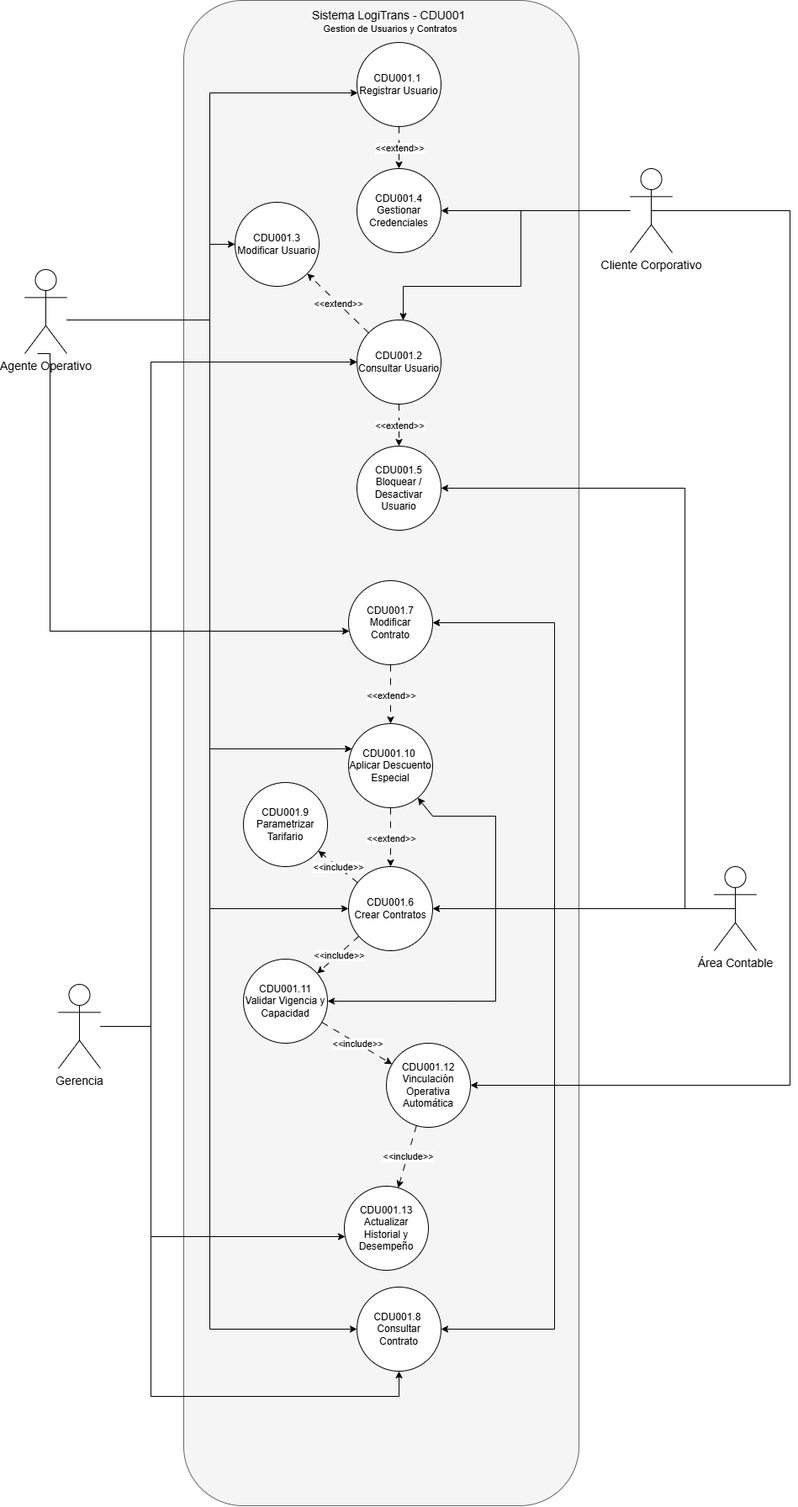
Earlier version of the draw.io export FASE 2/Documentation/images/CDU1/casos expandidos cdu1.drawio.png (Ggi0/AYD2_B_2S2025_BAJOAGUA_G13). Source tidied: cells renumbered, new cells last; positions are measured from the earlier drawing's top-left corner, leaving out a move shared by most shapes.
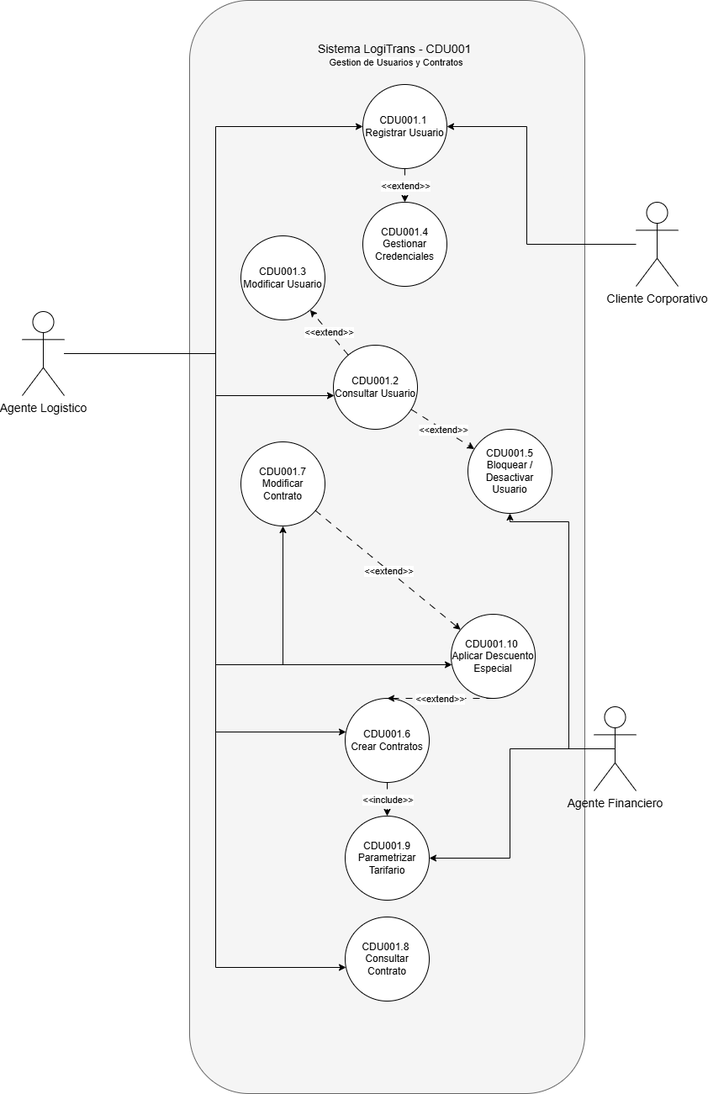
The same file after the commit.

Change to the diagram source:
```diff
@@ -3,16 +3,16 @@
     <mxCell id="0" />
     <mxCell id="1" parent="0" />
     <mxCell id="2" style="rounded=1;whiteSpace=wrap;html=1;fillColor=#f5f5f5;fontColor=#333333;strokeColor=#666666;" parent="1" vertex="1">
-      <mxGeometry x="189" width="470" height="1790" as="geometry" />
+      <mxGeometry x="189" y="-40" width="470" height="1300" as="geometry" />
     </mxCell>
     <mxCell id="3" value="&lt;font style=&quot;font-size: 14px;&quot;&gt;Sistema LogiTrans - CDU001&amp;nbsp;&lt;/font&gt;&lt;div&gt;&lt;span style=&quot;font-size: 11px; background-color: light-dark(rgb(255, 255, 255), rgb(18, 18, 18)); font-family: &amp;quot;Helvetica Neue&amp;quot;, Helvetica, &amp;quot;Segoe UI&amp;quot;, Arial, freesans, sans-serif; text-align: start; color: light-dark(rgb(0, 0, 0), rgb(255, 255, 255));&quot;&gt;Gestion de Usuarios y Contratos&lt;/span&gt;&lt;/div&gt;" style="text;html=1;whiteSpace=wrap;strokeColor=none;fillColor=none;align=center;verticalAlign=middle;rounded=0;" parent="1" vertex="1">
       <mxGeometry x="335" y="10" width="200" height="30" as="geometry" />
     </mxCell>
     <mxCell id="4" value="CDU001.1&amp;nbsp;&lt;div&gt;Registrar Usuario&lt;/div&gt;" style="ellipse;whiteSpace=wrap;html=1;" parent="1" vertex="1">
-      <mxGeometry x="395" y="50" width="100" height="100" as="geometry" />
+      <mxGeometry x="395" y="60" width="100" height="100" as="geometry" />
     </mxCell>
     <mxCell id="5" value="CDU001.2&lt;div&gt;Consultar Usuario&lt;/div&gt;" style="ellipse;whiteSpace=wrap;html=1;" parent="1" vertex="1">
-      <mxGeometry x="395" y="380" width="100" height="100" as="geometry" />
+      <mxGeometry x="360" y="370" width="100" height="100" as="geometry" />
     </mxCell>
     <mxCell id="6" value="CDU001.3&lt;div&gt;Modificar Usuario&lt;/div&gt;" style="ellipse;whiteSpace=wrap;html=1;" parent="1" vertex="1">
       <mxGeometry x="250" y="240" width="100" height="100" as="geometry" />
@@ -21,40 +21,23 @@
       <mxGeometry x="395" y="200" width="100" height="100" as="geometry" />
     </mxCell>
     <mxCell id="8" value="CDU001.5&lt;div&gt;Bloquear /&lt;/div&gt;&lt;div&gt;Desactivar Usuario&lt;/div&gt;" style="ellipse;whiteSpace=wrap;html=1;" parent="1" vertex="1">
-      <mxGeometry x="395" y="530" width="100" height="100" as="geometry" />
+      <mxGeometry x="520" y="470" width="100" height="100" as="geometry" />
     </mxCell>
     <mxCell id="9" value="CDU001.6&lt;br&gt;&lt;div&gt;Crear Contratos&lt;/div&gt;" style="ellipse;whiteSpace=wrap;html=1;" parent="1" vertex="1">
-      <mxGeometry x="385" y="1030" width="100" height="100" as="geometry" />
+      <mxGeometry x="374" y="790" width="100" height="100" as="geometry" />
     </mxCell>
     <mxCell id="10" value="CDU001.7&lt;div&gt;Modificar Contrato&lt;/div&gt;" style="ellipse;whiteSpace=wrap;html=1;" parent="1" vertex="1">
-      <mxGeometry x="385" y="690" width="100" height="100" as="geometry" />
+      <mxGeometry x="250" y="485" width="100" height="100" as="geometry" />
     </mxCell>
     <mxCell id="11" value="CDU001.8&amp;nbsp;&lt;div&gt;Consultar Contrato&lt;/div&gt;" style="ellipse;whiteSpace=wrap;html=1;" parent="1" vertex="1">
-      <mxGeometry x="395" y="1530" width="100" height="100" as="geometry" />
+      <mxGeometry x="374" y="1050" width="100" height="100" as="geometry" />
     </mxCell>
     <mxCell id="12" value="CDU001.9&lt;div&gt;Parametrizar Tarifario&lt;/div&gt;" style="ellipse;whiteSpace=wrap;html=1;" parent="1" vertex="1">
-      <mxGeometry x="260" y="930" width="100" height="100" as="geometry" />
+      <mxGeometry x="374" y="930" width="100" height="100" as="geometry" />
     </mxCell>
     <mxCell id="13" value="CDU001.10&amp;nbsp;&lt;br&gt;&lt;div&gt;Aplicar Descuento&lt;/div&gt;&lt;div&gt;Especial&lt;/div&gt;" style="ellipse;whiteSpace=wrap;html=1;" parent="1" vertex="1">
-      <mxGeometry x="385" y="860" width="100" height="100" as="geometry" />
+      <mxGeometry x="500" y="690" width="100" height="100" as="geometry" />
     </mxCell>
-    <mxCell id="14" value="CDU001.11&lt;br&gt;&lt;div&gt;Validar Vigencia y Capacidad&lt;/div&gt;" style="ellipse;whiteSpace=wrap;html=1;" parent="1" vertex="1">
-      <mxGeometry x="260" y="1140" width="100" height="100" as="geometry" />
-    </mxCell>
-    <mxCell id="15" value="CDU001.12&lt;div&gt;Vinculación Operativa&lt;/div&gt;&lt;div&gt;Automática&lt;/div&gt;" style="ellipse;whiteSpace=wrap;html=1;" parent="1" vertex="1">
-      <mxGeometry x="430" y="1240" width="100" height="100" as="geometry" />
-    </mxCell>
-    <mxCell id="16" value="CDU001.13&lt;br&gt;&lt;div&gt;Actualizar Historial y Desempeño&lt;/div&gt;" style="ellipse;whiteSpace=wrap;html=1;" parent="1" vertex="1">
-      <mxGeometry x="380" y="1410" width="100" height="100" as="geometry" />
-    </mxCell>
-    <mxCell id="17" style="edgeStyle=orthogonalEdgeStyle;rounded=0;jettySize=auto;html=1;" parent="1" edge="1" source="24" target="6">
-      <mxGeometry relative="1" as="geometry">
-        <Array as="points">
-          <mxPoint x="220" y="380" />
-          <mxPoint x="220" y="290" />
-        </Array>
-      </mxGeometry>
-    </mxCell>
     <mxCell id="18" style="edgeStyle=orthogonalEdgeStyle;rounded=0;jettySize=auto;html=1;" parent="1" edge="1" source="24" target="4">
       <mxGeometry relative="1" as="geometry">
         <Array as="points">
@@ -74,27 +57,25 @@
     <mxCell id="20" style="edgeStyle=orthogonalEdgeStyle;rounded=0;jettySize=auto;html=1;" parent="1" edge="1" source="24" target="10">
       <mxGeometry relative="1" as="geometry">
         <Array as="points">
-          <mxPoint x="30" y="750" />
+          <mxPoint x="220" y="380" />
+          <mxPoint x="220" y="750" />
+          <mxPoint x="300" y="750" />
         </Array>
       </mxGeometry>
     </mxCell>
-    <mxCell id="21" style="edgeStyle=orthogonalEdgeStyle;rounded=0;jettySize=auto;html=1;" parent="1" edge="1" target="11">
+    <mxCell id="21" style="edgeStyle=orthogonalEdgeStyle;rounded=0;jettySize=auto;html=1;" parent="1" edge="1" source="24" target="11">
       <mxGeometry relative="1" as="geometry">
-        <mxPoint x="15.1" y="420" as="sourcePoint" />
         <Array as="points">
-          <mxPoint x="30" y="420" />
-          <mxPoint x="30" y="750" />
-          <mxPoint x="220" y="750" />
-          <mxPoint x="220" y="1580" />
+          <mxPoint x="220" y="380" />
+          <mxPoint x="220" y="1110" />
         </Array>
       </mxGeometry>
     </mxCell>
     <mxCell id="22" style="edgeStyle=orthogonalEdgeStyle;rounded=0;jettySize=auto;html=1;" parent="1" edge="1" source="24" target="13">
       <mxGeometry relative="1" as="geometry">
         <Array as="points">
-          <mxPoint x="30" y="750" />
+          <mxPoint x="220" y="380" />
           <mxPoint x="220" y="750" />
-          <mxPoint x="220" y="890" />
         </Array>
       </mxGeometry>
     </mxCell>
@@ -102,111 +83,41 @@
       <mxGeometry relative="1" as="geometry">
         <Array as="points">
           <mxPoint x="220" y="380" />
-          <mxPoint x="220" y="1080" />
+          <mxPoint x="220" y="830" />
         </Array>
       </mxGeometry>
     </mxCell>
-    <mxCell id="24" value="&lt;font style=&quot;font-size: 14px;&quot;&gt;Agente Operativo&lt;/font&gt;" style="shape=umlActor;verticalLabelPosition=bottom;verticalAlign=top;html=1;outlineConnect=0;" parent="1" vertex="1">
-      <mxGeometry y="320" width="50" height="100" as="geometry" />
+    <mxCell id="24" value="&lt;font style=&quot;font-size: 14px;&quot;&gt;Agente Logistico&lt;/font&gt;" style="shape=umlActor;verticalLabelPosition=bottom;verticalAlign=top;html=1;outlineConnect=0;" parent="1" vertex="1">
+      <mxGeometry x="-10" y="330" width="50" height="100" as="geometry" />
     </mxCell>
-    <mxCell id="25" style="edgeStyle=orthogonalEdgeStyle;rounded=0;jettySize=auto;html=1;" parent="1" edge="1" source="28" target="5">
-      <mxGeometry relative="1" as="geometry">
-        <Array as="points">
-          <mxPoint x="150" y="1220" />
-          <mxPoint x="150" y="430" />
-        </Array>
-      </mxGeometry>
-    </mxCell>
-    <mxCell id="26" style="edgeStyle=orthogonalEdgeStyle;rounded=0;jettySize=auto;html=1;" parent="1" edge="1" source="28" target="16">
-      <mxGeometry relative="1" as="geometry">
-        <Array as="points">
-          <mxPoint x="150" y="1220" />
-          <mxPoint x="150" y="1470" />
-        </Array>
-      </mxGeometry>
-    </mxCell>
-    <mxCell id="27" style="edgeStyle=orthogonalEdgeStyle;rounded=0;jettySize=auto;html=1;" parent="1" edge="1" source="28" target="11">
-      <mxGeometry relative="1" as="geometry">
-        <Array as="points">
-          <mxPoint x="150" y="1220" />
-          <mxPoint x="150" y="1660" />
-          <mxPoint x="445" y="1660" />
-        </Array>
-      </mxGeometry>
-    </mxCell>
-    <mxCell id="28" value="&lt;font style=&quot;font-size: 14px;&quot;&gt;Gerencia&lt;/font&gt;" style="shape=umlActor;verticalLabelPosition=bottom;verticalAlign=top;html=1;outlineConnect=0;direction=east;" parent="1" vertex="1">
-      <mxGeometry x="40" y="1170" width="50" height="100" as="geometry" />
-    </mxCell>
-    <mxCell id="29" style="edgeStyle=orthogonalEdgeStyle;rounded=0;jettySize=auto;html=1;entryX=1;entryY=0.5;entryDx=0;entryDy=0;" parent="1" edge="1" source="35" target="8">
+    <mxCell id="29" style="edgeStyle=orthogonalEdgeStyle;rounded=0;jettySize=auto;html=1;" parent="1" edge="1" source="35" target="8">
       <mxGeometry relative="1" as="geometry">
         <Array as="points">
-          <mxPoint x="785" y="580" />
+          <mxPoint x="640" y="850" />
+          <mxPoint x="640" y="580" />
+          <mxPoint x="570" y="580" />
         </Array>
       </mxGeometry>
     </mxCell>
-    <mxCell id="30" style="edgeStyle=orthogonalEdgeStyle;rounded=0;jettySize=auto;html=1;" parent="1" edge="1" source="35" target="9">
-      <mxGeometry relative="1" as="geometry" />
-    </mxCell>
-    <mxCell id="31" style="edgeStyle=orthogonalEdgeStyle;rounded=0;jettySize=auto;html=1;" parent="1" edge="1" source="35" target="11">
-      <mxGeometry relative="1" as="geometry">
-        <Array as="points">
-          <mxPoint x="630" y="1080" />
-          <mxPoint x="630" y="1580" />
-        </Array>
-      </mxGeometry>
-    </mxCell>
-    <mxCell id="32" style="edgeStyle=orthogonalEdgeStyle;rounded=0;jettySize=auto;html=1;" parent="1" edge="1" source="35" target="14">
-      <mxGeometry relative="1" as="geometry">
-        <Array as="points">
-          <mxPoint x="560" y="1080" />
-          <mxPoint x="560" y="1190" />
-        </Array>
-      </mxGeometry>
-    </mxCell>
-    <mxCell id="33" style="edgeStyle=orthogonalEdgeStyle;rounded=0;jettySize=auto;html=1;exitX=0.5;exitY=0.5;exitDx=0;exitDy=0;exitPerimeter=0;" parent="1" edge="1" source="35" target="13">
+    <mxCell id="33" style="edgeStyle=orthogonalEdgeStyle;rounded=0;jettySize=auto;html=1;exitX=0.5;exitY=0.5;exitDx=0;exitDy=0;exitPerimeter=0;entryX=1;entryY=0.5;entryDx=0;entryDy=0;" parent="1" edge="1" source="35" target="12">
       <mxGeometry relative="1" as="geometry">
         <Array as="points">
-          <mxPoint x="560" y="1080" />
-          <mxPoint x="560" y="970" />
-          <mxPoint x="485" y="970" />
+          <mxPoint x="570" y="850" />
+          <mxPoint x="570" y="980" />
         </Array>
       </mxGeometry>
     </mxCell>
-    <mxCell id="34" style="edgeStyle=orthogonalEdgeStyle;rounded=0;jettySize=auto;html=1;" parent="1" edge="1" source="35" target="10">
-      <mxGeometry relative="1" as="geometry">
-        <Array as="points">
-          <mxPoint x="630" y="1080" />
-          <mxPoint x="630" y="740" />
-        </Array>
-      </mxGeometry>
-    </mxCell>
-    <mxCell id="35" value="&lt;font style=&quot;font-size: 14px;&quot;&gt;Área Contable&lt;/font&gt;" style="shape=umlActor;verticalLabelPosition=bottom;verticalAlign=top;html=1;outlineConnect=0;" parent="1" vertex="1">
-      <mxGeometry x="820" y="1030" width="50" height="100" as="geometry" />
+    <mxCell id="35" value="&lt;span style=&quot;font-size: 14px;&quot;&gt;Agente Financiero&lt;/span&gt;" style="shape=umlActor;verticalLabelPosition=bottom;verticalAlign=top;html=1;outlineConnect=0;" parent="1" vertex="1">
+      <mxGeometry x="670" y="800" width="50" height="100" as="geometry" />
     </mxCell>
-    <mxCell id="36" style="edgeStyle=orthogonalEdgeStyle;rounded=0;jettySize=auto;html=1;" parent="1" edge="1" source="39" target="5">
+    <mxCell id="36" style="edgeStyle=orthogonalEdgeStyle;rounded=0;jettySize=auto;html=1;entryX=1;entryY=0.5;entryDx=0;entryDy=0;" parent="1" edge="1" source="39" target="4">
       <mxGeometry relative="1" as="geometry">
         <Array as="points">
           <mxPoint x="590" y="250" />
-          <mxPoint x="590" y="340" />
-          <mxPoint x="450" y="340" />
+          <mxPoint x="590" y="110" />
         </Array>
       </mxGeometry>
     </mxCell>
-    <mxCell id="37" style="edgeStyle=orthogonalEdgeStyle;rounded=0;jettySize=auto;html=1;entryX=1;entryY=0.5;entryDx=0;entryDy=0;" parent="1" edge="1" source="39" target="7">
-      <mxGeometry relative="1" as="geometry">
-        <Array as="points">
-          <mxPoint x="495" y="250" />
-        </Array>
-      </mxGeometry>
-    </mxCell>
-    <mxCell id="38" style="edgeStyle=orthogonalEdgeStyle;rounded=0;jettySize=auto;html=1;exitX=0.5;exitY=0.5;exitDx=0;exitDy=0;exitPerimeter=0;" parent="1" edge="1" source="39" target="15">
-      <mxGeometry relative="1" as="geometry">
-        <Array as="points">
-          <mxPoint x="910" y="250" />
-          <mxPoint x="910" y="1290" />
-        </Array>
-      </mxGeometry>
-    </mxCell>
     <mxCell id="39" value="&lt;font style=&quot;font-size: 14px;&quot;&gt;Cliente Corporativo&lt;/font&gt;" style="shape=umlActor;verticalLabelPosition=bottom;verticalAlign=top;html=1;outlineConnect=0;" parent="1" vertex="1">
       <mxGeometry x="720" y="200" width="50" height="100" as="geometry" />
     </mxCell>
@@ -237,30 +148,12 @@
     <mxCell id="48" value="&amp;lt;&amp;lt;include&lt;span style=&quot;background-color: light-dark(#ffffff, var(--ge-dark-color, #121212)); color: light-dark(rgb(0, 0, 0), rgb(255, 255, 255));&quot;&gt;&amp;gt;&amp;gt;&lt;/span&gt;" style="edgeLabel;html=1;align=center;verticalAlign=middle;" parent="47" vertex="1">
       <mxGeometry relative="1" as="geometry" />
     </mxCell>
-    <mxCell id="49" style="endArrow=classic;html=1;rounded=0;dashed=1;dashPattern=8 8;" parent="1" edge="1" source="9" target="14">
-      <mxGeometry relative="1" as="geometry" />
-    </mxCell>
-    <mxCell id="50" value="&amp;lt;&amp;lt;include&lt;span style=&quot;background-color: light-dark(#ffffff, var(--ge-dark-color, #121212)); color: light-dark(rgb(0, 0, 0), rgb(255, 255, 255));&quot;&gt;&amp;gt;&amp;gt;&lt;/span&gt;" style="edgeLabel;html=1;align=center;verticalAlign=middle;" parent="49" vertex="1">
-      <mxGeometry relative="1" as="geometry" />
-    </mxCell>
     <mxCell id="51" style="endArrow=classic;html=1;rounded=0;dashed=1;dashPattern=8 8;" parent="1" edge="1" source="10" target="13">
       <mxGeometry relative="1" as="geometry" />
     </mxCell>
     <mxCell id="52" value="&amp;lt;&amp;lt;extend&amp;gt;&amp;gt;" style="edgeLabel;html=1;align=center;verticalAlign=middle;" parent="51" vertex="1">
       <mxGeometry relative="1" as="geometry" />
     </mxCell>
-    <mxCell id="53" style="endArrow=classic;html=1;rounded=0;dashed=1;dashPattern=8 8;" parent="1" edge="1" source="14" target="15">
-      <mxGeometry relative="1" as="geometry" />
-    </mxCell>
-    <mxCell id="54" value="&amp;lt;&amp;lt;include&lt;span style=&quot;background-color: light-dark(#ffffff, var(--ge-dark-color, #121212)); color: light-dark(rgb(0, 0, 0), rgb(255, 255, 255));&quot;&gt;&amp;gt;&amp;gt;&lt;/span&gt;" style="edgeLabel;html=1;align=center;verticalAlign=middle;" parent="53" vertex="1">
-      <mxGeometry relative="1" as="geometry" />
-    </mxCell>
-    <mxCell id="55" style="endArrow=classic;html=1;rounded=0;dashed=1;dashPattern=8 8;" parent="1" edge="1" source="15" target="16">
-      <mxGeometry relative="1" as="geometry" />
-    </mxCell>
-    <mxCell id="56" value="&amp;lt;&amp;lt;include&lt;span style=&quot;background-color: light-dark(#ffffff, var(--ge-dark-color, #121212)); color: light-dark(rgb(0, 0, 0), rgb(255, 255, 255));&quot;&gt;&amp;gt;&amp;gt;&lt;/span&gt;" style="edgeLabel;html=1;align=center;verticalAlign=middle;" parent="55" vertex="1">
-      <mxGeometry relative="1" as="geometry" />
-    </mxCell>
     <mxCell id="57" style="endArrow=classic;html=1;rounded=0;dashed=1;dashPattern=8 8;exitX=0.5;exitY=1;exitDx=0;exitDy=0;entryX=0.5;entryY=0;entryDx=0;entryDy=0;" parent="1" edge="1" source="13" target="9">
       <mxGeometry relative="1" as="geometry" />
     </mxCell>
```
